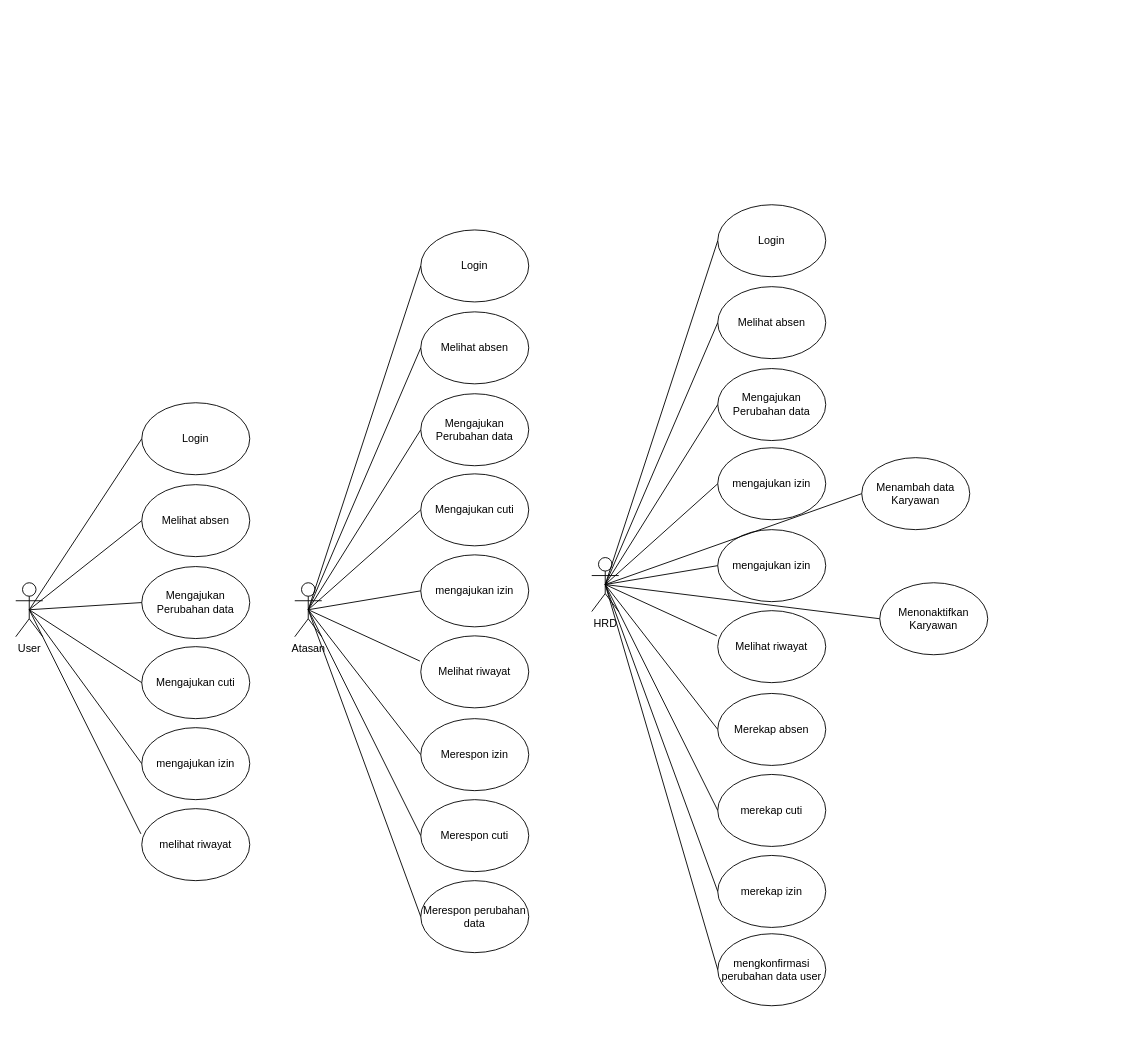
magang-aiia/ERD-Diagram keeps this draw.io diagram as page "Use Case Diagram" (4 of 6) of ERDS1AR/ERD S1AR.drawio. Above is the earlier version. Source tidied: cells renumbered, new cells numbered last; positions are measured from the earlier drawing's top-left corner, leaving out a move shared by most shapes. Both pictures are drawn from the tidied source at 90%, with x=0, y=0 at pixel (15, 204).
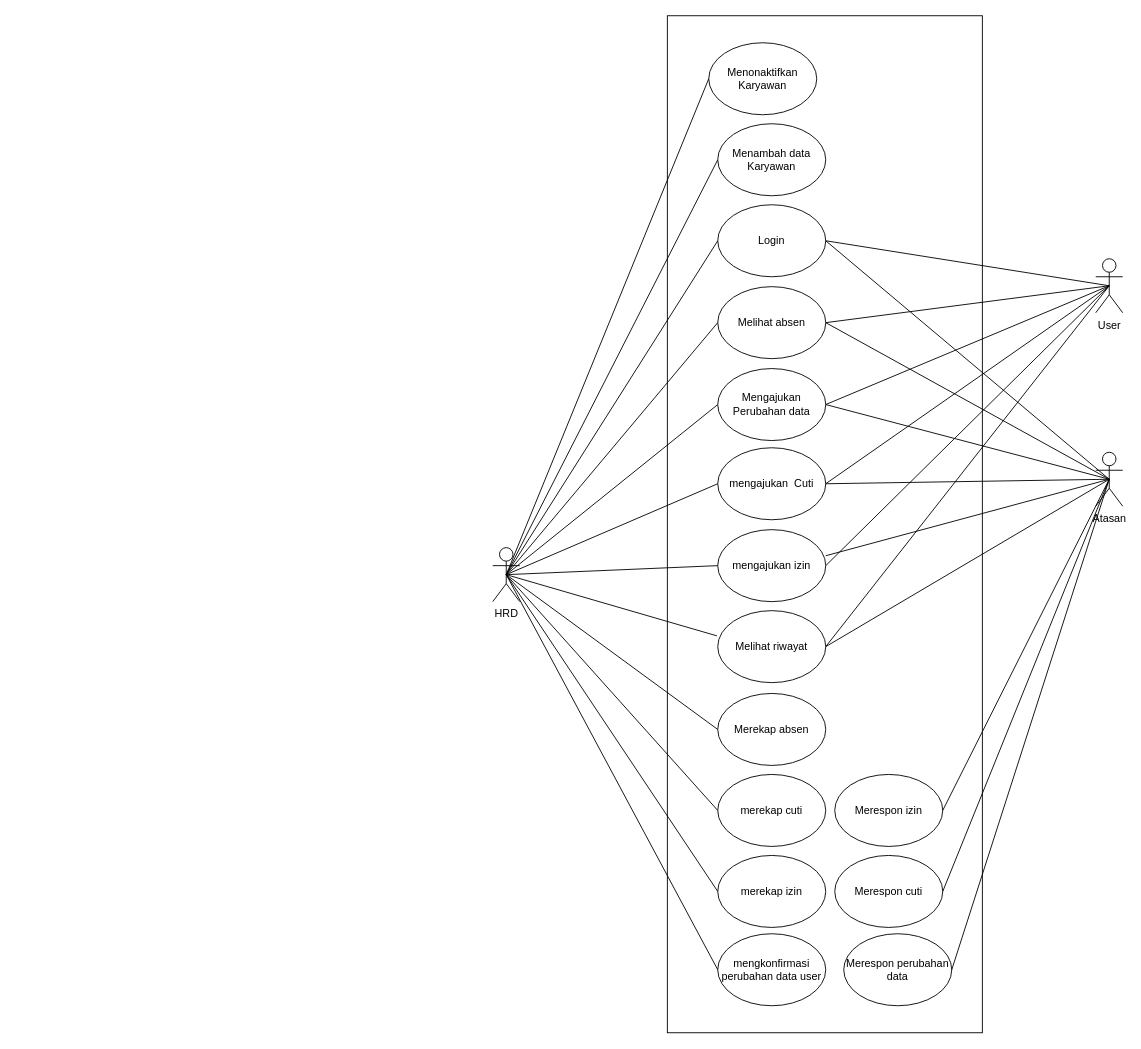
The same page after the edit.

Unchanged cells that the change refers to:
```xml
<mxCell id="36" value="Login" style="ellipse;whiteSpace=wrap;html=1;fillColor=#FFFFFF;" parent="1" vertex="1">
  <mxGeometry x="780" width="120" height="80" as="geometry" />
</mxCell>
<mxCell id="37" value="Melihat absen" style="ellipse;whiteSpace=wrap;html=1;fillColor=#FFFFFF;" parent="1" vertex="1">
  <mxGeometry x="780" y="91" width="120" height="80" as="geometry" />
</mxCell>
<mxCell id="38" value="Mengajukan Perubahan data" style="ellipse;whiteSpace=wrap;html=1;fillColor=#FFFFFF;" parent="1" vertex="1">
  <mxGeometry x="780" y="182" width="120" height="80" as="geometry" />
</mxCell>
<mxCell id="40" value="Melihat riwayat" style="ellipse;whiteSpace=wrap;html=1;fillColor=#FFFFFF;" parent="1" vertex="1">
  <mxGeometry x="780" y="451" width="120" height="80" as="geometry" />
</mxCell>
<mxCell id="41" value="mengajukan izin" style="ellipse;whiteSpace=wrap;html=1;fillColor=#FFFFFF;" parent="1" vertex="1">
  <mxGeometry x="780" y="361" width="120" height="80" as="geometry" />
</mxCell>
```

Diff of the diagram source:
```diff
@@
+    <mxCell id="59" style="rounded=0;whiteSpace=wrap;html=1;" parent="1" vertex="1">
+      <mxGeometry x="724" y="-210" width="350" height="1130" as="geometry" />
+    </mxCell>
     <mxCell id="2" value="User" style="shape=umlActor;verticalLabelPosition=bottom;verticalAlign=top;html=1;outlineConnect=0;fillColor=#FFFFFF;" parent="1" vertex="1">
-      <mxGeometry y="420" width="30" height="60" as="geometry" />
+      <mxGeometry x="1200" y="60" width="30" height="60" as="geometry" />
     </mxCell>
-    <mxCell id="3" value="Login" style="ellipse;whiteSpace=wrap;html=1;fillColor=#FFFFFF;" parent="1" vertex="1">
-      <mxGeometry x="140" y="220" width="120" height="80" as="geometry" />
-    </mxCell>
-    <mxCell id="4" value="Melihat absen" style="ellipse;whiteSpace=wrap;html=1;fillColor=#FFFFFF;" parent="1" vertex="1">
-      <mxGeometry x="140" y="311" width="120" height="80" as="geometry" />
-    </mxCell>
-    <mxCell id="5" value="Mengajukan Perubahan data" style="ellipse;whiteSpace=wrap;html=1;fillColor=#FFFFFF;" parent="1" vertex="1">
-      <mxGeometry x="140" y="402" width="120" height="80" as="geometry" />
-    </mxCell>
-    <mxCell id="6" value="Mengajukan cuti" style="ellipse;whiteSpace=wrap;html=1;fillColor=#FFFFFF;" parent="1" vertex="1">
-      <mxGeometry x="140" y="491" width="120" height="80" as="geometry" />
-    </mxCell>
     <mxCell id="7" value="Merespon izin" style="ellipse;whiteSpace=wrap;html=1;fillColor=#FFFFFF;" parent="1" vertex="1">
-      <mxGeometry x="450" y="571" width="120" height="80" as="geometry" />
+      <mxGeometry x="910" y="633" width="120" height="80" as="geometry" />
     </mxCell>
-    <mxCell id="8" value="melihat riwayat" style="ellipse;whiteSpace=wrap;html=1;fillColor=#FFFFFF;" parent="1" vertex="1">
-      <mxGeometry x="140" y="671" width="120" height="80" as="geometry" />
-    </mxCell>
-    <mxCell id="9" value="mengajukan izin" style="ellipse;whiteSpace=wrap;html=1;fillColor=#FFFFFF;" parent="1" vertex="1">
-      <mxGeometry x="140" y="581" width="120" height="80" as="geometry" />
-    </mxCell>
-    <mxCell id="10" style="endArrow=none;html=1;rounded=0;exitX=0.5;exitY=0.5;exitDx=0;exitDy=0;exitPerimeter=0;entryX=0;entryY=0.5;entryDx=0;entryDy=0;" parent="1" edge="1" source="2" target="3">
+    <mxCell id="10" style="endArrow=none;html=1;rounded=0;exitX=0.5;exitY=0.5;exitDx=0;exitDy=0;exitPerimeter=0;entryX=1;entryY=0.5;entryDx=0;entryDy=0;" parent="1" edge="1" source="2" target="36">
       <mxGeometry relative="1" as="geometry" />
     </mxCell>
-    <mxCell id="11" style="endArrow=none;html=1;rounded=0;entryX=0;entryY=0.5;entryDx=0;entryDy=0;exitX=0.5;exitY=0.5;exitDx=0;exitDy=0;exitPerimeter=0;" parent="1" edge="1" source="2" target="4">
+    <mxCell id="11" style="endArrow=none;html=1;rounded=0;entryX=1;entryY=0.5;entryDx=0;entryDy=0;exitX=0.5;exitY=0.5;exitDx=0;exitDy=0;exitPerimeter=0;" parent="1" edge="1" source="2" target="37">
       <mxGeometry relative="1" as="geometry" />
     </mxCell>
-    <mxCell id="12" style="endArrow=none;html=1;rounded=0;entryX=0;entryY=0.5;entryDx=0;entryDy=0;exitX=0.5;exitY=0.5;exitDx=0;exitDy=0;exitPerimeter=0;" parent="1" edge="1" source="2" target="5">
+    <mxCell id="12" style="endArrow=none;html=1;rounded=0;entryX=1;entryY=0.5;entryDx=0;entryDy=0;exitX=0.5;exitY=0.5;exitDx=0;exitDy=0;exitPerimeter=0;" parent="1" edge="1" source="2" target="38">
       <mxGeometry relative="1" as="geometry" />
     </mxCell>
-    <mxCell id="13" style="endArrow=none;html=1;rounded=0;entryX=0;entryY=0.5;entryDx=0;entryDy=0;exitX=0.5;exitY=0.5;exitDx=0;exitDy=0;exitPerimeter=0;" parent="1" edge="1" source="2" target="6">
+    <mxCell id="13" style="endArrow=none;html=1;rounded=0;entryX=1;entryY=0.5;entryDx=0;entryDy=0;exitX=0.5;exitY=0.5;exitDx=0;exitDy=0;exitPerimeter=0;" parent="1" edge="1" source="2" target="55">
       <mxGeometry relative="1" as="geometry" />
     </mxCell>
-    <mxCell id="14" style="endArrow=none;html=1;rounded=0;entryX=0;entryY=0.5;entryDx=0;entryDy=0;exitX=0.5;exitY=0.5;exitDx=0;exitDy=0;exitPerimeter=0;" parent="1" edge="1" source="2" target="9">
+    <mxCell id="14" style="endArrow=none;html=1;rounded=0;entryX=1;entryY=0.5;entryDx=0;entryDy=0;exitX=0.5;exitY=0.5;exitDx=0;exitDy=0;exitPerimeter=0;" parent="1" edge="1" source="2" target="41">
       <mxGeometry relative="1" as="geometry" />
     </mxCell>
-    <mxCell id="15" style="endArrow=none;html=1;rounded=0;entryX=-0.008;entryY=0.35;entryDx=0;entryDy=0;entryPerimeter=0;exitX=0.5;exitY=0.5;exitDx=0;exitDy=0;exitPerimeter=0;" parent="1" edge="1" source="2" target="8">
+    <mxCell id="15" style="endArrow=none;html=1;rounded=0;entryX=1;entryY=0.5;entryDx=0;entryDy=0;exitX=0.5;exitY=0.5;exitDx=0;exitDy=0;exitPerimeter=0;" parent="1" edge="1" source="2" target="40">
       <mxGeometry relative="1" as="geometry" />
     </mxCell>
-    <mxCell id="16" value="Atasan" style="shape=umlActor;verticalLabelPosition=bottom;verticalAlign=top;html=1;outlineConnect=0;fillColor=#FFFFFF;" parent="1" vertex="1">
-      <mxGeometry x="310" y="420" width="30" height="60" as="geometry" />
-    </mxCell>
-    <mxCell id="17" value="Login" style="ellipse;whiteSpace=wrap;html=1;fillColor=#FFFFFF;" parent="1" vertex="1">
-      <mxGeometry x="450" y="28" width="120" height="80" as="geometry" />
-    </mxCell>
-    <mxCell id="18" value="Melihat absen" style="ellipse;whiteSpace=wrap;html=1;fillColor=#FFFFFF;" parent="1" vertex="1">
-      <mxGeometry x="450" y="119" width="120" height="80" as="geometry" />
-    </mxCell>
-    <mxCell id="19" value="Mengajukan Perubahan data" style="ellipse;whiteSpace=wrap;html=1;fillColor=#FFFFFF;" parent="1" vertex="1">
-      <mxGeometry x="450" y="210" width="120" height="80" as="geometry" />
-    </mxCell>
-    <mxCell id="20" value="Mengajukan cuti" style="ellipse;whiteSpace=wrap;html=1;fillColor=#FFFFFF;" parent="1" vertex="1">
-      <mxGeometry x="450" y="299" width="120" height="80" as="geometry" />
-    </mxCell>
-    <mxCell id="21" value="Melihat riwayat" style="ellipse;whiteSpace=wrap;html=1;fillColor=#FFFFFF;" parent="1" vertex="1">
-      <mxGeometry x="450" y="479" width="120" height="80" as="geometry" />
-    </mxCell>
-    <mxCell id="22" value="mengajukan izin" style="ellipse;whiteSpace=wrap;html=1;fillColor=#FFFFFF;" parent="1" vertex="1">
-      <mxGeometry x="450" y="389" width="120" height="80" as="geometry" />
-    </mxCell>
-    <mxCell id="23" style="endArrow=none;html=1;rounded=0;exitX=0.5;exitY=0.5;exitDx=0;exitDy=0;exitPerimeter=0;entryX=0;entryY=0.5;entryDx=0;entryDy=0;" parent="1" edge="1" source="16" target="17">
-      <mxGeometry relative="1" as="geometry" />
-    </mxCell>
-    <mxCell id="24" style="endArrow=none;html=1;rounded=0;entryX=0;entryY=0.5;entryDx=0;entryDy=0;exitX=0.5;exitY=0.5;exitDx=0;exitDy=0;exitPerimeter=0;" parent="1" edge="1" source="16" target="18">
-      <mxGeometry relative="1" as="geometry" />
-    </mxCell>
-    <mxCell id="25" style="endArrow=none;html=1;rounded=0;entryX=0;entryY=0.5;entryDx=0;entryDy=0;exitX=0.5;exitY=0.5;exitDx=0;exitDy=0;exitPerimeter=0;" parent="1" edge="1" source="16" target="19">
-      <mxGeometry relative="1" as="geometry" />
-    </mxCell>
-    <mxCell id="26" style="endArrow=none;html=1;rounded=0;entryX=0;entryY=0.5;entryDx=0;entryDy=0;exitX=0.5;exitY=0.5;exitDx=0;exitDy=0;exitPerimeter=0;" parent="1" edge="1" source="16" target="20">
-      <mxGeometry relative="1" as="geometry" />
-    </mxCell>
-    <mxCell id="27" style="endArrow=none;html=1;rounded=0;entryX=0;entryY=0.5;entryDx=0;entryDy=0;exitX=0.5;exitY=0.5;exitDx=0;exitDy=0;exitPerimeter=0;" parent="1" edge="1" source="16" target="22">
-      <mxGeometry relative="1" as="geometry" />
-    </mxCell>
-    <mxCell id="28" style="endArrow=none;html=1;rounded=0;entryX=-0.008;entryY=0.35;entryDx=0;entryDy=0;entryPerimeter=0;exitX=0.5;exitY=0.5;exitDx=0;exitDy=0;exitPerimeter=0;" parent="1" edge="1" source="16" target="21">
-      <mxGeometry relative="1" as="geometry" />
-    </mxCell>
-    <mxCell id="29" style="endArrow=none;html=1;rounded=0;entryX=0.5;entryY=0.5;entryDx=0;entryDy=0;entryPerimeter=0;exitX=0;exitY=0.5;exitDx=0;exitDy=0;" parent="1" edge="1" source="7" target="16">
-      <mxGeometry relative="1" as="geometry" />
-    </mxCell>
     <mxCell id="30" value="Merespon cuti" style="ellipse;whiteSpace=wrap;html=1;fillColor=#FFFFFF;" parent="1" vertex="1">
-      <mxGeometry x="450" y="661" width="120" height="80" as="geometry" />
+      <mxGeometry x="910" y="723" width="120" height="80" as="geometry" />
     </mxCell>
     <mxCell id="31" value="Merespon perubahan data" style="ellipse;whiteSpace=wrap;html=1;fillColor=#FFFFFF;" parent="1" vertex="1">
-      <mxGeometry x="450" y="751" width="120" height="80" as="geometry" />
+      <mxGeometry x="920" y="810" width="120" height="80" as="geometry" />
     </mxCell>
-    <mxCell id="32" style="endArrow=none;html=1;rounded=0;entryX=0.5;entryY=0.5;entryDx=0;entryDy=0;entryPerimeter=0;exitX=0;exitY=0.5;exitDx=0;exitDy=0;" parent="1" edge="1" source="30" target="16">
-      <mxGeometry relative="1" as="geometry" />
-    </mxCell>
-    <mxCell id="33" style="endArrow=none;html=1;rounded=0;entryX=0.5;entryY=0.5;entryDx=0;entryDy=0;entryPerimeter=0;exitX=0;exitY=0.5;exitDx=0;exitDy=0;" parent="1" edge="1" source="31" target="16">
-      <mxGeometry relative="1" as="geometry" />
-    </mxCell>
@@
     <mxCell id="35" value="HRD" style="shape=umlActor;verticalLabelPosition=bottom;verticalAlign=top;html=1;outlineConnect=0;fillColor=#FFFFFF;" parent="1" vertex="1">
-      <mxGeometry x="640" y="392" width="30" height="60" as="geometry" />
+      <mxGeometry x="530" y="381" width="30" height="60" as="geometry" />
     </mxCell>
@@
     <mxCell id="39" value="Menambah data Karyawan" style="ellipse;whiteSpace=wrap;html=1;fillColor=#FFFFFF;" parent="1" vertex="1">
-      <mxGeometry x="940" y="281" width="120" height="80" as="geometry" />
+      <mxGeometry x="780" y="-90" width="120" height="80" as="geometry" />
     </mxCell>
@@
-    <mxCell id="55" value="mengajukan izin" style="ellipse;whiteSpace=wrap;html=1;fillColor=#FFFFFF;" parent="1" vertex="1">
+    <mxCell id="55" value="mengajukan&amp;nbsp; Cuti" style="ellipse;whiteSpace=wrap;html=1;fillColor=#FFFFFF;" parent="1" vertex="1">
       <mxGeometry x="780" y="270" width="120" height="80" as="geometry" />
     </mxCell>
@@
     <mxCell id="57" value="Menonaktifkan Karyawan" style="ellipse;whiteSpace=wrap;html=1;fillColor=#FFFFFF;" parent="1" vertex="1">
-      <mxGeometry x="960" y="420" width="120" height="80" as="geometry" />
+      <mxGeometry x="770" y="-180" width="120" height="80" as="geometry" />
     </mxCell>
@@
+    <mxCell id="16" value="Atasan" style="shape=umlActor;verticalLabelPosition=bottom;verticalAlign=top;html=1;outlineConnect=0;fillColor=#FFFFFF;" parent="1" vertex="1">
+      <mxGeometry x="1200" y="275" width="30" height="60" as="geometry" />
+    </mxCell>
+    <mxCell id="60" style="endArrow=none;html=1;rounded=0;exitX=0.5;exitY=0.5;exitDx=0;exitDy=0;exitPerimeter=0;entryX=1;entryY=0.5;entryDx=0;entryDy=0;" parent="1" edge="1" source="16" target="36">
+      <mxGeometry relative="1" as="geometry" />
+    </mxCell>
+    <mxCell id="61" style="endArrow=none;html=1;rounded=0;entryX=1;entryY=0.5;entryDx=0;entryDy=0;exitX=0.5;exitY=0.5;exitDx=0;exitDy=0;exitPerimeter=0;" parent="1" edge="1" source="16" target="37">
+      <mxGeometry relative="1" as="geometry" />
+    </mxCell>
+    <mxCell id="62" style="endArrow=none;html=1;rounded=0;entryX=1;entryY=0.5;entryDx=0;entryDy=0;exitX=0.5;exitY=0.5;exitDx=0;exitDy=0;exitPerimeter=0;" parent="1" edge="1" source="16" target="38">
+      <mxGeometry relative="1" as="geometry" />
+    </mxCell>
+    <mxCell id="63" style="endArrow=none;html=1;rounded=0;entryX=1;entryY=0.5;entryDx=0;entryDy=0;exitX=0.5;exitY=0.5;exitDx=0;exitDy=0;exitPerimeter=0;" parent="1" edge="1" source="16" target="55">
+      <mxGeometry relative="1" as="geometry" />
+    </mxCell>
+    <mxCell id="64" style="endArrow=none;html=1;rounded=0;exitX=0.5;exitY=0.5;exitDx=0;exitDy=0;exitPerimeter=0;" parent="1" edge="1" source="16">
+      <mxGeometry relative="1" as="geometry">
+        <mxPoint x="900" y="390" as="targetPoint" />
+      </mxGeometry>
+    </mxCell>
+    <mxCell id="65" style="endArrow=none;html=1;rounded=0;entryX=1;entryY=0.5;entryDx=0;entryDy=0;exitX=0.5;exitY=0.5;exitDx=0;exitDy=0;exitPerimeter=0;" parent="1" edge="1" source="16" target="40">
+      <mxGeometry relative="1" as="geometry" />
+    </mxCell>
+    <mxCell id="29" style="endArrow=none;html=1;rounded=0;entryX=0.5;entryY=0.5;entryDx=0;entryDy=0;entryPerimeter=0;exitX=1;exitY=0.5;exitDx=0;exitDy=0;" parent="1" edge="1" source="7" target="16">
+      <mxGeometry relative="1" as="geometry" />
+    </mxCell>
+    <mxCell id="32" style="endArrow=none;html=1;rounded=0;entryX=0.5;entryY=0.5;entryDx=0;entryDy=0;entryPerimeter=0;exitX=1;exitY=0.5;exitDx=0;exitDy=0;" parent="1" edge="1" source="30" target="16">
+      <mxGeometry relative="1" as="geometry" />
+    </mxCell>
+    <mxCell id="33" style="endArrow=none;html=1;rounded=0;entryX=0.5;entryY=0.5;entryDx=0;entryDy=0;entryPerimeter=0;exitX=1;exitY=0.5;exitDx=0;exitDy=0;" parent="1" edge="1" source="31" target="16">
+      <mxGeometry relative="1" as="geometry" />
+    </mxCell>
```
